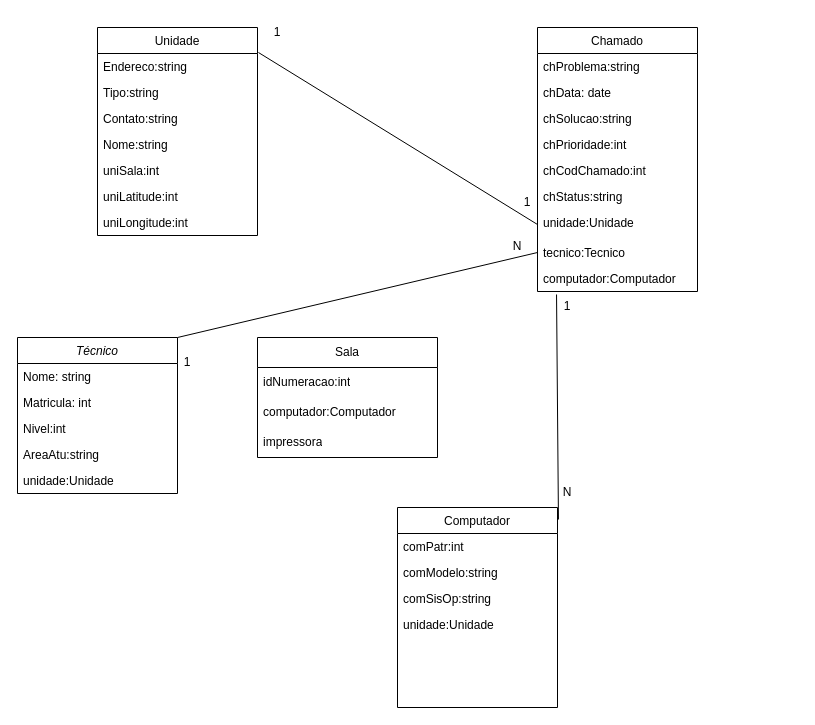
Above: Diagramas/diagrama_classe.drawio in DanielRM07/TCC (draw.io), before the change. Source tidied: cells renumbered, new cells numbered last; positions are measured from the earlier drawing's top-left corner, leaving out a move shared by most shapes. Both pictures are drawn from the tidied source at 100%, with x=0, y=0 at pixel (17, 17).
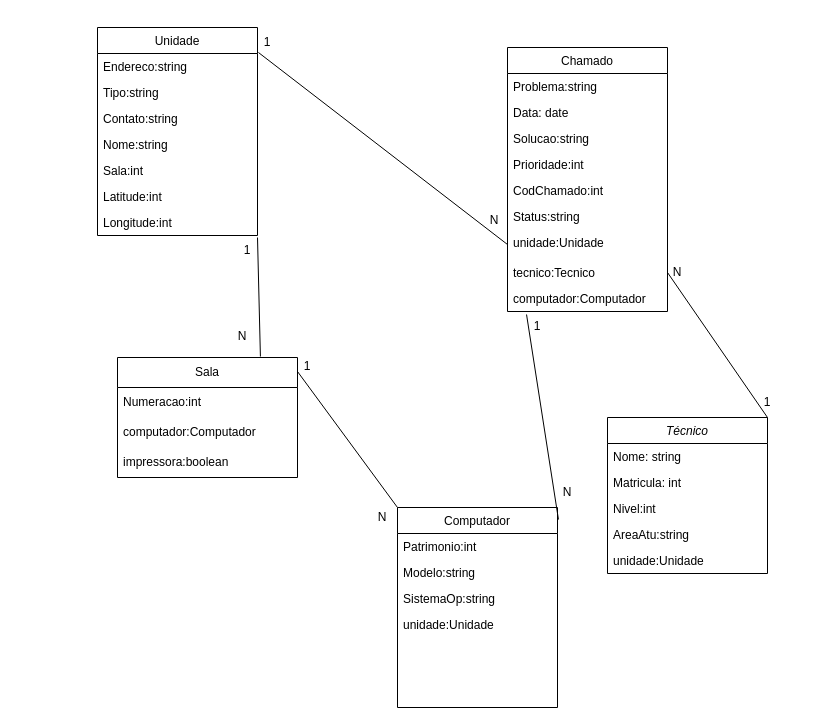
After the change.

Unchanged cells that the change refers to:
```xml
<mxCell id="8" value="Unidade" style="swimlane;fontStyle=0;align=center;verticalAlign=top;horizontal=1;startSize=26;rounded=0;shadow=0;strokeWidth=1;" parent="1" vertex="1">
  <mxGeometry x="80" y="10" width="160" height="208" as="geometry" />
</mxCell>
<mxCell id="16" value="Computador" style="swimlane;fontStyle=0;align=center;verticalAlign=top;horizontal=1;startSize=26;rounded=0;shadow=0;strokeWidth=1;" parent="1" vertex="1">
  <mxGeometry x="380" y="490" width="160" height="200" as="geometry" />
</mxCell>
<mxCell id="29" value="tecnico:Tecnico" style="text;align=left;verticalAlign=top;spacingLeft=4;spacingRight=4;overflow=hidden;points=[[0,0.5],[1,0.5]];portConstraint=eastwest;rounded=0;shadow=0;html=0;" parent="21" vertex="1">
  <mxGeometry y="212" width="160" height="26" as="geometry" />
</mxCell>
```

The edit, as a diff of the source:
```diff
@@
     <mxCell id="2" value="Técnico" style="swimlane;fontStyle=2;align=center;verticalAlign=top;horizontal=1;startSize=26;rounded=0;shadow=0;strokeWidth=1;" parent="1" vertex="1">
-      <mxGeometry y="320" width="160" height="156" as="geometry" />
+      <mxGeometry x="590" y="400" width="160" height="156" as="geometry" />
     </mxCell>
@@
-    <mxCell id="13" value="uniSala:int" style="text;align=left;verticalAlign=top;spacingLeft=4;spacingRight=4;overflow=hidden;" parent="8" vertex="1">
+    <mxCell id="13" value="Sala:int" style="text;align=left;verticalAlign=top;spacingLeft=4;spacingRight=4;overflow=hidden;" parent="8" vertex="1">
       <mxGeometry y="130" width="160" height="26" as="geometry" />
     </mxCell>
-    <mxCell id="14" value="uniLatitude:int" style="text;align=left;verticalAlign=top;spacingLeft=4;spacingRight=4;overflow=hidden;" parent="8" vertex="1">
+    <mxCell id="14" value="Latitude:int" style="text;align=left;verticalAlign=top;spacingLeft=4;spacingRight=4;overflow=hidden;" parent="8" vertex="1">
       <mxGeometry y="156" width="160" height="26" as="geometry" />
     </mxCell>
-    <mxCell id="15" value="uniLongitude:int" style="text;align=left;verticalAlign=top;spacingLeft=4;spacingRight=4;overflow=hidden;points=[[0,0.5],[1,0.5]];portConstraint=eastwest;" parent="8" vertex="1">
+    <mxCell id="15" value="Longitude:int" style="text;align=left;verticalAlign=top;spacingLeft=4;spacingRight=4;overflow=hidden;points=[[0,0.5],[1,0.5]];portConstraint=eastwest;" parent="8" vertex="1">
       <mxGeometry y="182" width="160" height="26" as="geometry" />
     </mxCell>
@@
-    <mxCell id="17" value="comPatr:int" style="text;align=left;verticalAlign=top;spacingLeft=4;spacingRight=4;overflow=hidden;" parent="16" vertex="1">
+    <mxCell id="17" value="Patrimonio:int" style="text;align=left;verticalAlign=top;spacingLeft=4;spacingRight=4;overflow=hidden;" parent="16" vertex="1">
       <mxGeometry y="26" width="160" height="26" as="geometry" />
     </mxCell>
-    <mxCell id="18" value="comModelo:string  " style="text;align=left;verticalAlign=top;spacingLeft=4;spacingRight=4;overflow=hidden;" parent="16" vertex="1">
+    <mxCell id="18" value="Modelo:string  " style="text;align=left;verticalAlign=top;spacingLeft=4;spacingRight=4;overflow=hidden;" parent="16" vertex="1">
       <mxGeometry y="52" width="160" height="26" as="geometry" />
     </mxCell>
-    <mxCell id="19" value="comSisOp:string" style="text;align=left;verticalAlign=top;spacingLeft=4;spacingRight=4;overflow=hidden;" parent="16" vertex="1">
+    <mxCell id="19" value="SistemaOp:string" style="text;align=left;verticalAlign=top;spacingLeft=4;spacingRight=4;overflow=hidden;" parent="16" vertex="1">
       <mxGeometry y="78" width="160" height="26" as="geometry" />
     </mxCell>
@@
     <mxCell id="21" value="Chamado" style="swimlane;fontStyle=0;align=center;verticalAlign=top;horizontal=1;startSize=26;rounded=0;shadow=0;strokeWidth=1;" parent="1" vertex="1">
-      <mxGeometry x="520" y="10" width="160" height="264" as="geometry" />
+      <mxGeometry x="490" y="30" width="160" height="264" as="geometry" />
     </mxCell>
-    <mxCell id="22" value="chProblema:string" style="text;align=left;verticalAlign=top;spacingLeft=4;spacingRight=4;overflow=hidden;" parent="21" vertex="1">
+    <mxCell id="22" value="Problema:string" style="text;align=left;verticalAlign=top;spacingLeft=4;spacingRight=4;overflow=hidden;" parent="21" vertex="1">
       <mxGeometry y="26" width="160" height="26" as="geometry" />
     </mxCell>
-    <mxCell id="23" value="chData: date" style="text;align=left;verticalAlign=top;spacingLeft=4;spacingRight=4;overflow=hidden;rounded=0;shadow=0;html=0;" parent="21" vertex="1">
+    <mxCell id="23" value="Data: date" style="text;align=left;verticalAlign=top;spacingLeft=4;spacingRight=4;overflow=hidden;rounded=0;shadow=0;html=0;" parent="21" vertex="1">
       <mxGeometry y="52" width="160" height="26" as="geometry" />
     </mxCell>
-    <mxCell id="24" value="chSolucao:string" style="text;align=left;verticalAlign=top;spacingLeft=4;spacingRight=4;overflow=hidden;rounded=0;shadow=0;html=0;" parent="21" vertex="1">
+    <mxCell id="24" value="Solucao:string" style="text;align=left;verticalAlign=top;spacingLeft=4;spacingRight=4;overflow=hidden;rounded=0;shadow=0;html=0;" parent="21" vertex="1">
       <mxGeometry y="78" width="160" height="26" as="geometry" />
     </mxCell>
-    <mxCell id="25" value="chPrioridade:int" style="text;align=left;verticalAlign=top;spacingLeft=4;spacingRight=4;overflow=hidden;rounded=0;shadow=0;html=0;" parent="21" vertex="1">
+    <mxCell id="25" value="Prioridade:int" style="text;align=left;verticalAlign=top;spacingLeft=4;spacingRight=4;overflow=hidden;rounded=0;shadow=0;html=0;" parent="21" vertex="1">
       <mxGeometry y="104" width="160" height="26" as="geometry" />
     </mxCell>
-    <mxCell id="26" value="chCodChamado:int" style="text;align=left;verticalAlign=top;spacingLeft=4;spacingRight=4;overflow=hidden;rounded=0;shadow=0;html=0;" parent="21" vertex="1">
+    <mxCell id="26" value="CodChamado:int" style="text;align=left;verticalAlign=top;spacingLeft=4;spacingRight=4;overflow=hidden;rounded=0;shadow=0;html=0;" parent="21" vertex="1">
       <mxGeometry y="130" width="160" height="26" as="geometry" />
     </mxCell>
-    <mxCell id="27" value="chStatus:string" style="text;align=left;verticalAlign=top;spacingLeft=4;spacingRight=4;overflow=hidden;rounded=0;shadow=0;html=0;" parent="21" vertex="1">
+    <mxCell id="27" value="Status:string" style="text;align=left;verticalAlign=top;spacingLeft=4;spacingRight=4;overflow=hidden;rounded=0;shadow=0;html=0;" parent="21" vertex="1">
       <mxGeometry y="156" width="160" height="26" as="geometry" />
     </mxCell>
@@
-    <mxCell id="31" value="1" style="text;html=1;align=center;verticalAlign=middle;whiteSpace=wrap;rounded=0;" parent="1" vertex="1">
-      <mxGeometry x="480" y="170" width="60" height="30" as="geometry" />
-    </mxCell>
     <mxCell id="32" value="1" style="text;html=1;align=center;verticalAlign=middle;whiteSpace=wrap;rounded=0;" parent="1" vertex="1">
-      <mxGeometry x="140" y="330" width="60" height="30" as="geometry" />
+      <mxGeometry x="720" y="370" width="60" height="30" as="geometry" />
     </mxCell>
     <mxCell id="33" value="N" style="text;html=1;align=center;verticalAlign=middle;whiteSpace=wrap;rounded=0;" parent="1" vertex="1">
-      <mxGeometry x="470" y="214" width="60" height="30" as="geometry" />
+      <mxGeometry x="630" y="240" width="60" height="30" as="geometry" />
     </mxCell>
     <mxCell id="34" value="1" style="text;html=1;align=center;verticalAlign=middle;whiteSpace=wrap;rounded=0;" parent="1" vertex="1">
-      <mxGeometry x="520" y="274" width="60" height="30" as="geometry" />
+      <mxGeometry x="490" y="294" width="60" height="30" as="geometry" />
     </mxCell>
     <mxCell id="35" value="1" style="text;html=1;align=center;verticalAlign=middle;whiteSpace=wrap;rounded=0;" parent="1" vertex="1">
-      <mxGeometry x="230" width="60" height="30" as="geometry" />
+      <mxGeometry x="220" y="10" width="60" height="30" as="geometry" />
     </mxCell>
@@
-    <mxCell id="38" style="endArrow=none;html=1;rounded=0;exitX=1;exitY=0;exitDx=0;exitDy=0;entryX=0;entryY=0.5;entryDx=0;entryDy=0;" parent="1" edge="1" source="2" target="29">
+    <mxCell id="38" style="endArrow=none;html=1;rounded=0;exitX=1;exitY=0;exitDx=0;exitDy=0;entryX=1;entryY=0.5;entryDx=0;entryDy=0;" parent="1" edge="1" source="2" target="29">
       <mxGeometry relative="1" as="geometry" />
     </mxCell>
@@
     <mxCell id="40" value="Sala" style="swimlane;fontStyle=0;horizontal=1;startSize=30;whiteSpace=wrap;html=1;" parent="1" vertex="1">
-      <mxGeometry x="240" y="320" width="180" height="120" as="geometry" />
+      <mxGeometry x="100" y="340" width="180" height="120" as="geometry" />
     </mxCell>
-    <mxCell id="41" value="idNumeracao:int" style="text;strokeColor=none;fillColor=none;align=left;verticalAlign=middle;spacingLeft=4;spacingRight=4;overflow=hidden;whiteSpace=wrap;html=1;" parent="40" vertex="1">
+    <mxCell id="41" value="Numeracao:int" style="text;strokeColor=none;fillColor=none;align=left;verticalAlign=middle;spacingLeft=4;spacingRight=4;overflow=hidden;whiteSpace=wrap;html=1;" parent="40" vertex="1">
       <mxGeometry y="30" width="180" height="30" as="geometry" />
     </mxCell>
@@
-    <mxCell id="43" value="impressora" style="text;strokeColor=none;fillColor=none;align=left;verticalAlign=middle;spacingLeft=4;spacingRight=4;overflow=hidden;whiteSpace=wrap;html=1;" parent="40" vertex="1">
+    <mxCell id="43" value="impressora:boolean" style="text;strokeColor=none;fillColor=none;align=left;verticalAlign=middle;spacingLeft=4;spacingRight=4;overflow=hidden;whiteSpace=wrap;html=1;" parent="40" vertex="1">
       <mxGeometry y="90" width="180" height="30" as="geometry" />
     </mxCell>
+    <mxCell id="44" style="endArrow=none;html=1;rounded=0;exitX=0;exitY=0;exitDx=0;exitDy=0;entryX=1;entryY=0.117;entryDx=0;entryDy=0;entryPerimeter=0;" parent="1" edge="1" source="16" target="40">
+      <mxGeometry relative="1" as="geometry" />
+    </mxCell>
+    <mxCell id="45" value="N" style="text;html=1;align=center;verticalAlign=middle;whiteSpace=wrap;rounded=0;" parent="1" vertex="1">
+      <mxGeometry x="340" y="490" width="50" height="20" as="geometry" />
+    </mxCell>
+    <mxCell id="46" style="endArrow=none;html=1;rounded=0;entryX=1;entryY=1.077;entryDx=0;entryDy=0;entryPerimeter=0;exitX=0.794;exitY=-0.008;exitDx=0;exitDy=0;exitPerimeter=0;" parent="1" edge="1" source="40" target="15">
+      <mxGeometry relative="1" as="geometry" />
+    </mxCell>
+    <mxCell id="47" value="1" style="text;html=1;align=center;verticalAlign=middle;whiteSpace=wrap;rounded=0;" parent="1" vertex="1">
+      <mxGeometry x="200" y="218" width="60" height="30" as="geometry" />
+    </mxCell>
+    <mxCell id="48" value="N" style="text;html=1;align=center;verticalAlign=middle;whiteSpace=wrap;rounded=0;" parent="1" vertex="1">
+      <mxGeometry x="210" y="304" width="30" height="30" as="geometry" />
+    </mxCell>
+    <mxCell id="49" style="edgeStyle=orthogonalEdgeStyle;rounded=0;orthogonalLoop=1;jettySize=auto;html=1;exitX=0.5;exitY=1;exitDx=0;exitDy=0;" parent="1" edge="1" source="34" target="34">
+      <mxGeometry relative="1" as="geometry" />
+    </mxCell>
+    <mxCell id="50" value="1" style="text;html=1;align=center;verticalAlign=middle;whiteSpace=wrap;rounded=0;" parent="1" vertex="1">
+      <mxGeometry x="280" y="334" width="20" height="30" as="geometry" />
+    </mxCell>
+    <mxCell id="51" value="N" style="text;html=1;align=center;verticalAlign=middle;whiteSpace=wrap;rounded=0;" parent="1" vertex="1">
+      <mxGeometry x="464" y="188" width="26" height="30" as="geometry" />
+    </mxCell>
```
